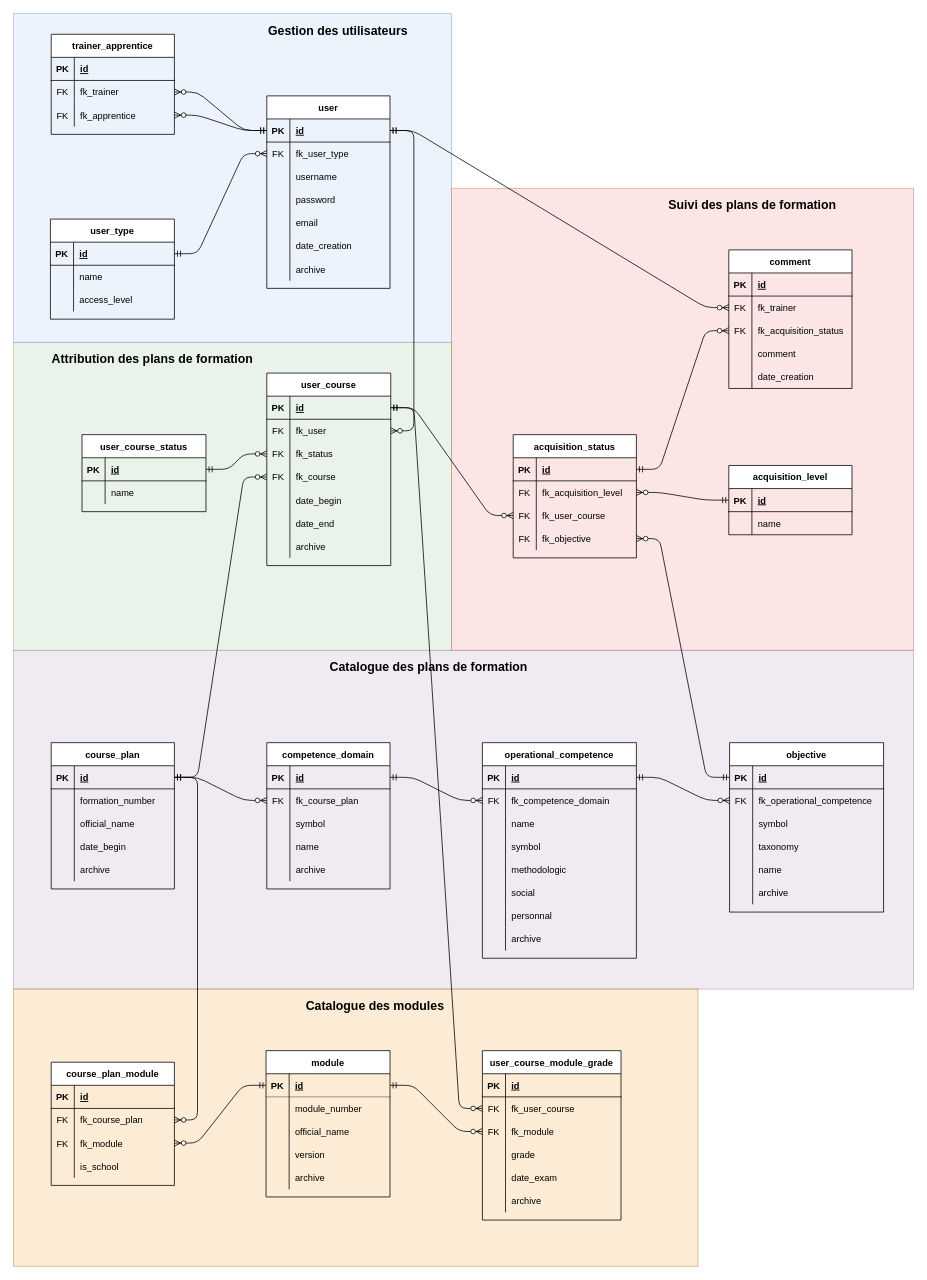
This is documentation/db_plafor.drawio from benmoumene/manage-course-codeigniter-4, a draw.io file, before an edit. Source tidied: cells renumbered, new cells numbered last; positions are measured from the earlier drawing's top-left corner, leaving out a move shared by most shapes. Both pictures are drawn from the tidied source at 77%, with x=0, y=0 at pixel (13, 13).
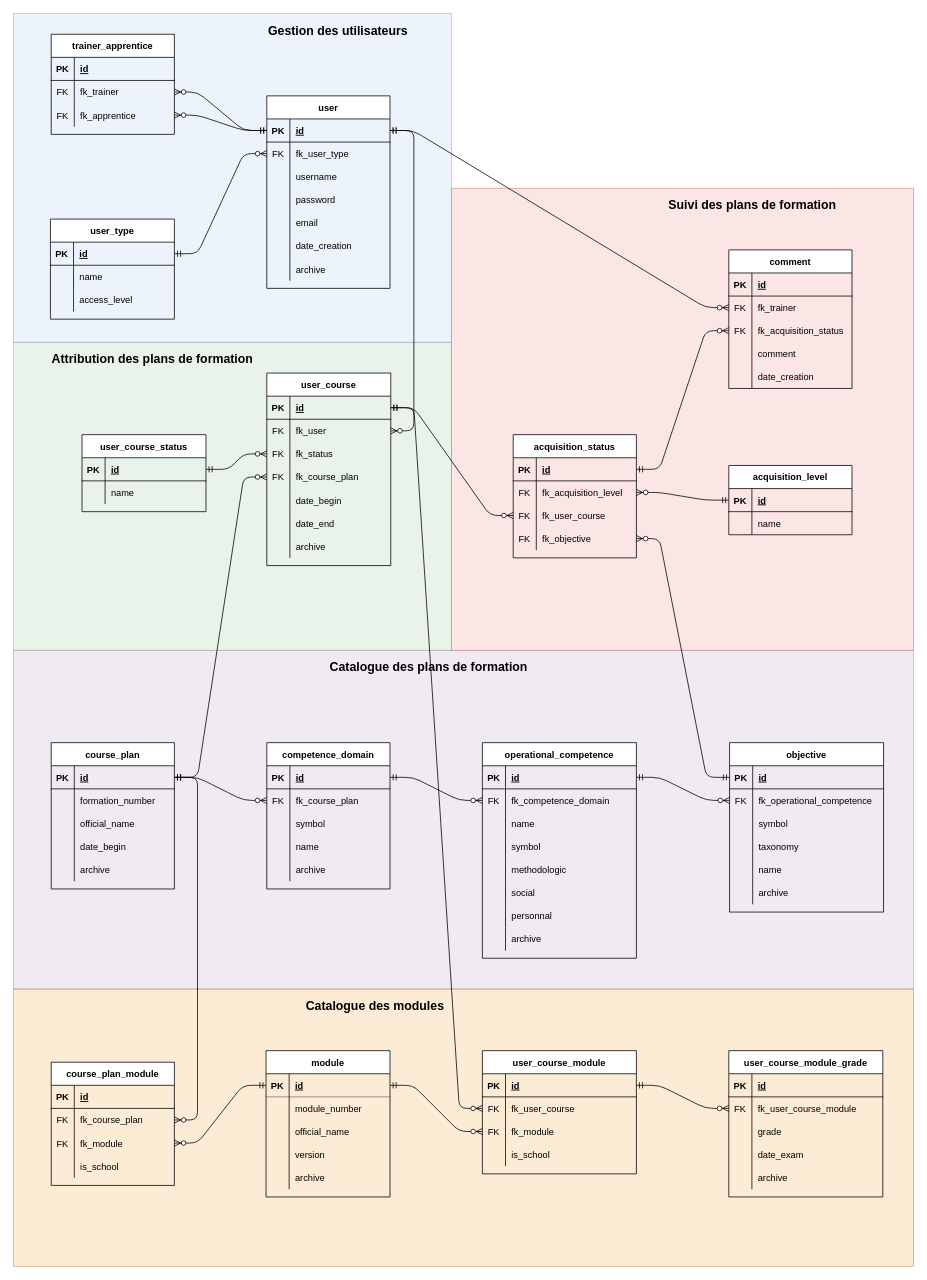
After the change.

Commit message (it also covers changes not shown here):
Split user_course_module_grade in 2 - A table for the link - A table for the grade

The change refers to these unchanged cells:
```xml
<mxCell id="14" style="shape=partialRectangle;fillColor=none;top=0;left=0;bottom=0;right=0;points=[[0,0.5],[1,0.5]];portConstraint=eastwest;" parent="4" vertex="1">
  <mxGeometry y="120" width="161" height="30" as="geometry" />
</mxCell>
```

The edit, as a diff of the source:
```diff
@@
-    <mxCell id="16" value="fk_course" style="shape=partialRectangle;fillColor=none;top=0;left=0;bottom=0;right=0;align=left;spacingLeft=6;fontStyle=0;overflow=hidden;" parent="14" vertex="1">
+    <mxCell id="16" value="fk_course_plan" style="shape=partialRectangle;fillColor=none;top=0;left=0;bottom=0;right=0;align=left;spacingLeft=6;fontStyle=0;overflow=hidden;" parent="14" vertex="1">
       <mxGeometry x="30" width="131" height="30" as="geometry" />
     </mxCell>
@@
     <mxCell id="207" style="rounded=0;whiteSpace=wrap;html=1;fillColor=#fad7ac;strokeColor=#b46504;opacity=50;" parent="1" vertex="1">
-      <mxGeometry y="1267" width="889" height="360" as="geometry" />
+      <mxGeometry y="1267" width="1169" height="360" as="geometry" />
     </mxCell>
@@
-    <mxCell id="240" value="user_course_module_grade" style="shape=table;startSize=30;childLayout=tableLayout;rowLines=0;fontStyle=1;align=center;" parent="1" vertex="1">
-      <mxGeometry x="609" y="1347" width="180" height="220" as="geometry" />
+    <mxCell id="240" value="user_course_module" style="shape=table;startSize=30;childLayout=tableLayout;rowLines=0;fontStyle=1;align=center;" parent="1" vertex="1">
+      <mxGeometry x="609" y="1347" width="200" height="160" as="geometry" />
     </mxCell>
     <mxCell id="241" style="shape=tableRow;horizontal=0;startSize=0;swimlaneHead=0;swimlaneBody=0;fillColor=none;points=[[0,0.5],[1,0.5]];portConstraint=eastwest;top=0;left=0;right=0;bottom=1;" parent="240" vertex="1">
-      <mxGeometry y="30" width="180" height="30" as="geometry" />
+      <mxGeometry y="30" width="200" height="30" as="geometry" />
     </mxCell>
@@
     <mxCell id="243" value="id" style="shape=partialRectangle;fillColor=none;top=0;left=0;bottom=0;right=0;align=left;spacingLeft=6;fontStyle=5;overflow=hidden;" parent="241" vertex="1">
-      <mxGeometry x="30" width="150" height="30" as="geometry" />
+      <mxGeometry x="30" width="170" height="30" as="geometry" />
     </mxCell>
     <mxCell id="244" style="shape=tableRow;horizontal=0;startSize=0;swimlaneHead=0;swimlaneBody=0;fillColor=none;points=[[0,0.5],[1,0.5]];portConstraint=eastwest;top=0;left=0;right=0;bottom=0;" parent="240" vertex="1">
-      <mxGeometry y="60" width="180" height="30" as="geometry" />
+      <mxGeometry y="60" width="200" height="30" as="geometry" />
     </mxCell>
@@
     <mxCell id="246" value="fk_user_course" style="shape=partialRectangle;fillColor=none;top=0;left=0;bottom=0;right=0;align=left;spacingLeft=6;overflow=hidden;" parent="244" vertex="1">
-      <mxGeometry x="30" width="150" height="30" as="geometry" />
+      <mxGeometry x="30" width="170" height="30" as="geometry" />
     </mxCell>
     <mxCell id="247" style="shape=tableRow;horizontal=0;startSize=0;swimlaneHead=0;swimlaneBody=0;fillColor=none;points=[[0,0.5],[1,0.5]];portConstraint=eastwest;top=0;left=0;right=0;bottom=0;" parent="240" vertex="1">
-      <mxGeometry y="90" width="180" height="30" as="geometry" />
+      <mxGeometry y="90" width="200" height="30" as="geometry" />
     </mxCell>
@@
     <mxCell id="249" value="fk_module" style="shape=partialRectangle;fillColor=none;top=0;left=0;bottom=0;right=0;align=left;spacingLeft=6;overflow=hidden;" parent="247" vertex="1">
-      <mxGeometry x="30" width="150" height="30" as="geometry" />
+      <mxGeometry x="30" width="170" height="30" as="geometry" />
     </mxCell>
-    <mxCell id="250" style="shape=tableRow;horizontal=0;startSize=0;swimlaneHead=0;swimlaneBody=0;fillColor=none;top=0;left=0;right=0;bottom=0;" parent="240" vertex="1">
-      <mxGeometry y="120" width="180" height="30" as="geometry" />
-    </mxCell>
-    <mxCell id="251" style="shape=partialRectangle;fillColor=none;top=0;left=0;bottom=0;right=0;overflow=hidden;" parent="250" vertex="1">
-      <mxGeometry width="30" height="30" as="geometry" />
-    </mxCell>
-    <mxCell id="252" value="grade" style="shape=partialRectangle;fillColor=none;top=0;left=0;bottom=0;right=0;align=left;spacingLeft=6;overflow=hidden;" parent="250" vertex="1">
-      <mxGeometry x="30" width="150" height="30" as="geometry" />
-    </mxCell>
-    <mxCell id="253" style="shape=tableRow;horizontal=0;startSize=0;swimlaneHead=0;swimlaneBody=0;fillColor=none;top=0;left=0;right=0;bottom=0;" parent="240" vertex="1">
-      <mxGeometry y="150" width="180" height="30" as="geometry" />
-    </mxCell>
-    <mxCell id="254" style="shape=partialRectangle;fillColor=none;top=0;left=0;bottom=0;right=0;overflow=hidden;" parent="253" vertex="1">
-      <mxGeometry width="30" height="30" as="geometry" />
-    </mxCell>
-    <mxCell id="255" value="date_exam" style="shape=partialRectangle;fillColor=none;top=0;left=0;bottom=0;right=0;align=left;spacingLeft=6;overflow=hidden;" parent="253" vertex="1">
-      <mxGeometry x="30" width="150" height="30" as="geometry" />
-    </mxCell>
     <mxCell id="256" style="shape=tableRow;horizontal=0;startSize=0;swimlaneHead=0;swimlaneBody=0;fillColor=none;top=0;left=0;right=0;bottom=0;" parent="240" vertex="1">
-      <mxGeometry y="180" width="180" height="30" as="geometry" />
+      <mxGeometry y="120" width="200" height="30" as="geometry" />
     </mxCell>
@@
-    <mxCell id="258" value="archive" style="shape=partialRectangle;fillColor=none;top=0;left=0;bottom=0;right=0;align=left;spacingLeft=6;overflow=hidden;" parent="256" vertex="1">
-      <mxGeometry x="30" width="150" height="30" as="geometry" />
+    <mxCell id="258" value="is_school" style="shape=partialRectangle;fillColor=none;top=0;left=0;bottom=0;right=0;align=left;spacingLeft=6;overflow=hidden;" parent="256" vertex="1">
+      <mxGeometry x="30" width="170" height="30" as="geometry" />
     </mxCell>
@@
+    <mxCell id="261" value="user_course_module_grade" style="shape=table;startSize=30;childLayout=tableLayout;rowLines=0;fontStyle=1;align=center;" parent="1" vertex="1">
+      <mxGeometry x="929" y="1347" width="200" height="190" as="geometry" />
+    </mxCell>
+    <mxCell id="262" style="shape=tableRow;horizontal=0;startSize=0;swimlaneHead=0;swimlaneBody=0;fillColor=none;top=0;left=0;right=0;bottom=1;" parent="261" vertex="1">
+      <mxGeometry y="30" width="200" height="30" as="geometry" />
+    </mxCell>
+    <mxCell id="263" value="PK" style="shape=partialRectangle;fillColor=none;top=0;left=0;bottom=0;right=0;fontStyle=1;overflow=hidden;" parent="262" vertex="1">
+      <mxGeometry width="30" height="30" as="geometry" />
+    </mxCell>
+    <mxCell id="264" value="id" style="shape=partialRectangle;fillColor=none;top=0;left=0;bottom=0;right=0;align=left;spacingLeft=6;fontStyle=5;overflow=hidden;" parent="262" vertex="1">
+      <mxGeometry x="30" width="170" height="30" as="geometry" />
+    </mxCell>
+    <mxCell id="265" style="shape=tableRow;horizontal=0;startSize=0;swimlaneHead=0;swimlaneBody=0;fillColor=none;points=[[0,0.5],[1,0.5]];portConstraint=eastwest;top=0;left=0;right=0;bottom=0;" parent="261" vertex="1">
+      <mxGeometry y="60" width="200" height="30" as="geometry" />
+    </mxCell>
+    <mxCell id="266" value="FK" style="shape=partialRectangle;fillColor=none;top=0;left=0;bottom=0;right=0;overflow=hidden;" parent="265" vertex="1">
+      <mxGeometry width="30" height="30" as="geometry" />
+    </mxCell>
+    <mxCell id="267" value="fk_user_course_module" style="shape=partialRectangle;fillColor=none;top=0;left=0;bottom=0;right=0;align=left;spacingLeft=6;overflow=hidden;" parent="265" vertex="1">
+      <mxGeometry x="30" width="170" height="30" as="geometry" />
+    </mxCell>
+    <mxCell id="268" style="shape=tableRow;horizontal=0;startSize=0;swimlaneHead=0;swimlaneBody=0;fillColor=none;top=0;left=0;right=0;bottom=0;" parent="261" vertex="1">
+      <mxGeometry y="90" width="200" height="30" as="geometry" />
+    </mxCell>
+    <mxCell id="269" style="shape=partialRectangle;fillColor=none;top=0;left=0;bottom=0;right=0;overflow=hidden;" parent="268" vertex="1">
+      <mxGeometry width="30" height="30" as="geometry" />
+    </mxCell>
+    <mxCell id="252" value="grade" style="shape=partialRectangle;fillColor=none;top=0;left=0;bottom=0;right=0;align=left;spacingLeft=6;overflow=hidden;" parent="268" vertex="1">
+      <mxGeometry x="30" width="170" height="30" as="geometry" />
+    </mxCell>
+    <mxCell id="270" style="shape=tableRow;horizontal=0;startSize=0;swimlaneHead=0;swimlaneBody=0;fillColor=none;top=0;left=0;right=0;bottom=0;" parent="261" vertex="1">
+      <mxGeometry y="120" width="200" height="30" as="geometry" />
+    </mxCell>
+    <mxCell id="271" style="shape=partialRectangle;fillColor=none;top=0;left=0;bottom=0;right=0;overflow=hidden;" parent="270" vertex="1">
+      <mxGeometry width="30" height="30" as="geometry" />
+    </mxCell>
+    <mxCell id="255" value="date_exam" style="shape=partialRectangle;fillColor=none;top=0;left=0;bottom=0;right=0;align=left;spacingLeft=6;overflow=hidden;" parent="270" vertex="1">
+      <mxGeometry x="30" width="170" height="30" as="geometry" />
+    </mxCell>
+    <mxCell id="272" style="shape=tableRow;horizontal=0;startSize=0;swimlaneHead=0;swimlaneBody=0;fillColor=none;top=0;left=0;right=0;bottom=0;" parent="261" vertex="1">
+      <mxGeometry y="150" width="200" height="30" as="geometry" />
+    </mxCell>
+    <mxCell id="273" style="shape=partialRectangle;fillColor=none;top=0;left=0;bottom=0;right=0;overflow=hidden;" parent="272" vertex="1">
+      <mxGeometry width="30" height="30" as="geometry" />
+    </mxCell>
+    <mxCell id="274" value="archive" style="shape=partialRectangle;fillColor=none;top=0;left=0;bottom=0;right=0;align=left;spacingLeft=6;overflow=hidden;" parent="272" vertex="1">
+      <mxGeometry x="30" width="170" height="30" as="geometry" />
+    </mxCell>
+    <mxCell id="275" style="edgeStyle=entityRelationEdgeStyle;fontSize=12;html=1;endArrow=ERzeroToMany;startArrow=ERmandOne;rounded=1;" parent="1" edge="1" source="241" target="265">
+      <mxGeometry relative="1" as="geometry" />
+    </mxCell>
```
